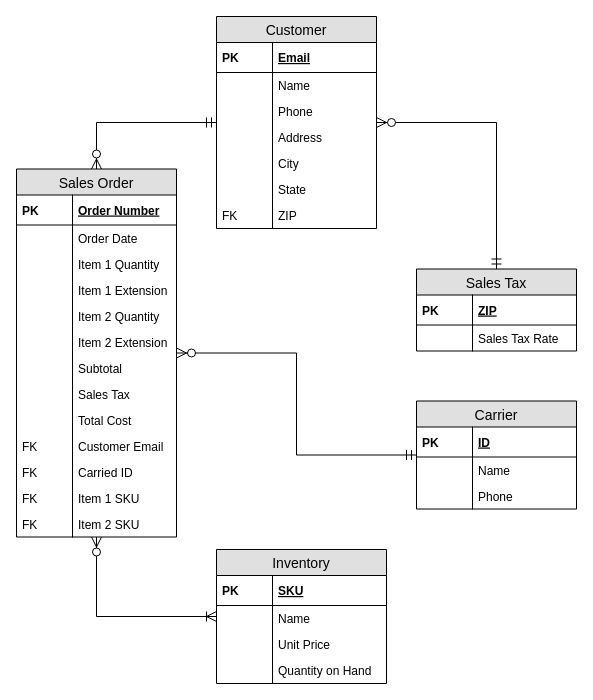
Earlier version of the draw.io diagram images/normal-step8.drawio (accountingarchitecture/accountingarchitecture.github.io). Source tidied: cells renumbered, new cells numbered last; positions are measured from the earlier drawing's top-left corner, leaving out a move shared by most shapes. Both pictures are drawn from the tidied source at 100%, with x=0, y=0 at pixel (16, 16).
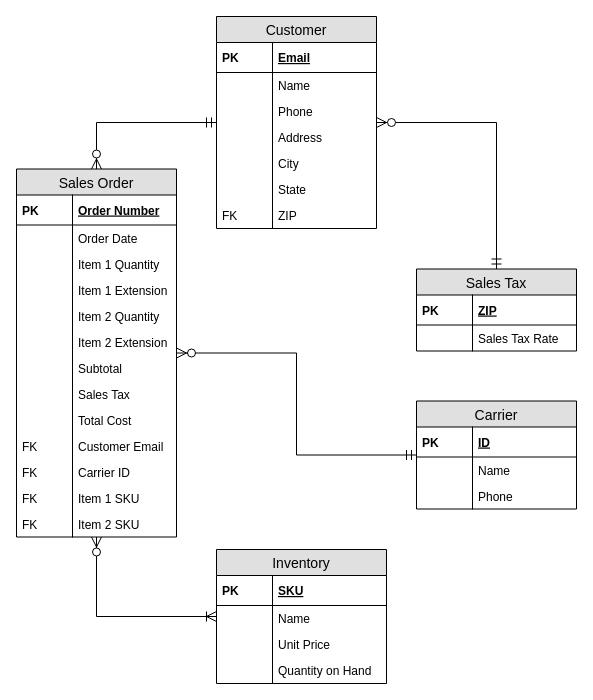
The same diagram, later.

The change refers to these unchanged cells:
```xml
<mxCell id="42" value="Sales Order" style="swimlane;fontStyle=0;horizontal=1;startSize=26;fillColor=#e0e0e0;swimlaneFillColor=#ffffff;align=center;fontSize=14;" parent="1" vertex="1">
  <mxGeometry y="152.5" width="160" height="368" as="geometry" />
</mxCell>
```

What changed in the source:
```diff
@@
-    <mxCell id="63" value="Carried ID&#10;" style="shape=partialRectangle;top=0;left=0;right=0;bottom=0;align=left;verticalAlign=top;fillColor=none;spacingLeft=60;spacingRight=4;overflow=hidden;fontSize=12;" parent="42" vertex="1">
+    <mxCell id="63" value="Carrier ID&#10;" style="shape=partialRectangle;top=0;left=0;right=0;bottom=0;align=left;verticalAlign=top;fillColor=none;spacingLeft=60;spacingRight=4;overflow=hidden;fontSize=12;" parent="42" vertex="1">
       <mxGeometry y="290" width="160" height="26" as="geometry" />
     </mxCell>
```
